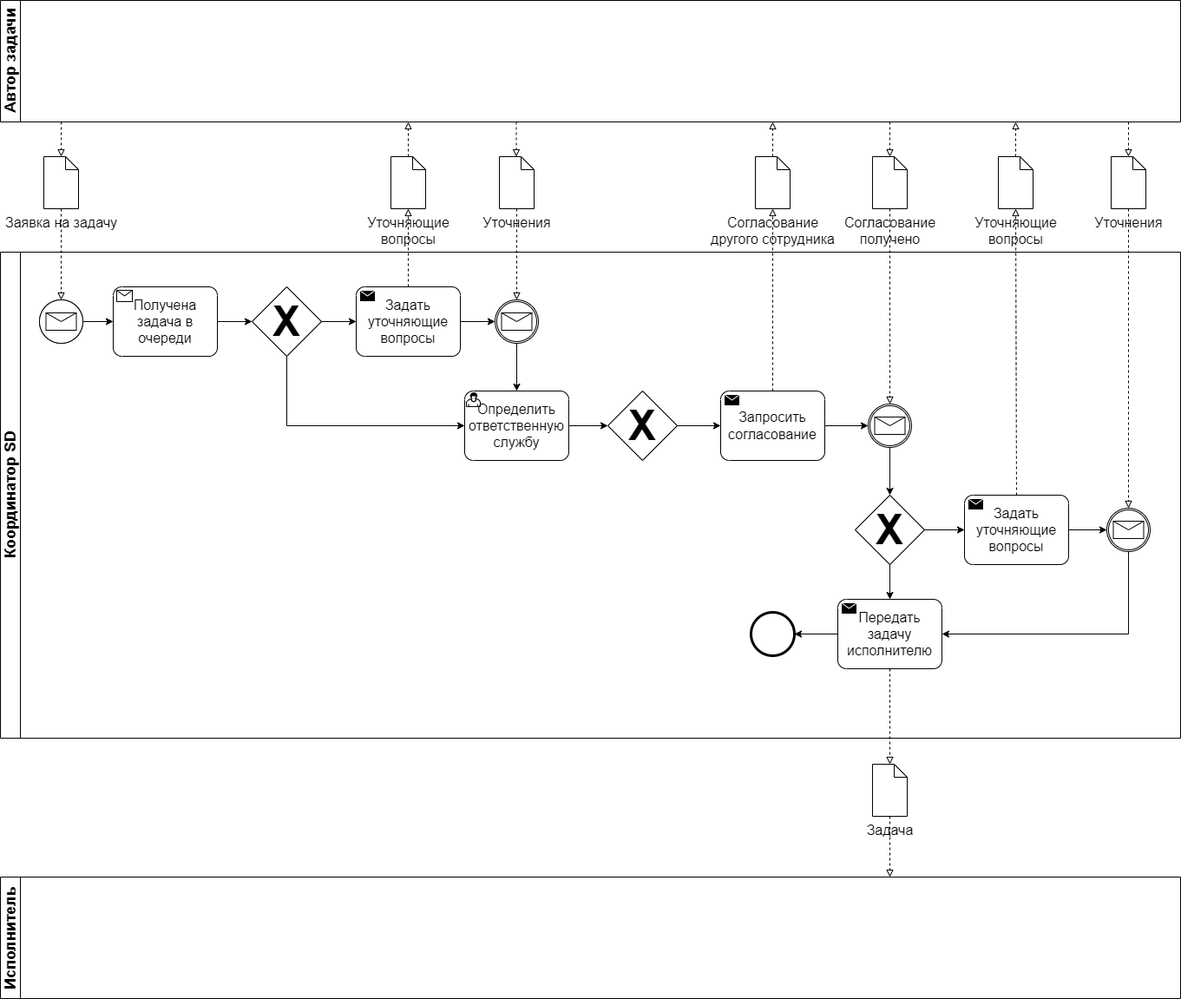
This is Бизнес-процессы/БПЖира.png from KolodyaVras/HSE_Diploma, a draw.io export, as it was before one commit. Source tidied: cells renumbered, new cells last; positions are measured from the earlier drawing's top-left corner, leaving out a move shared by most shapes.
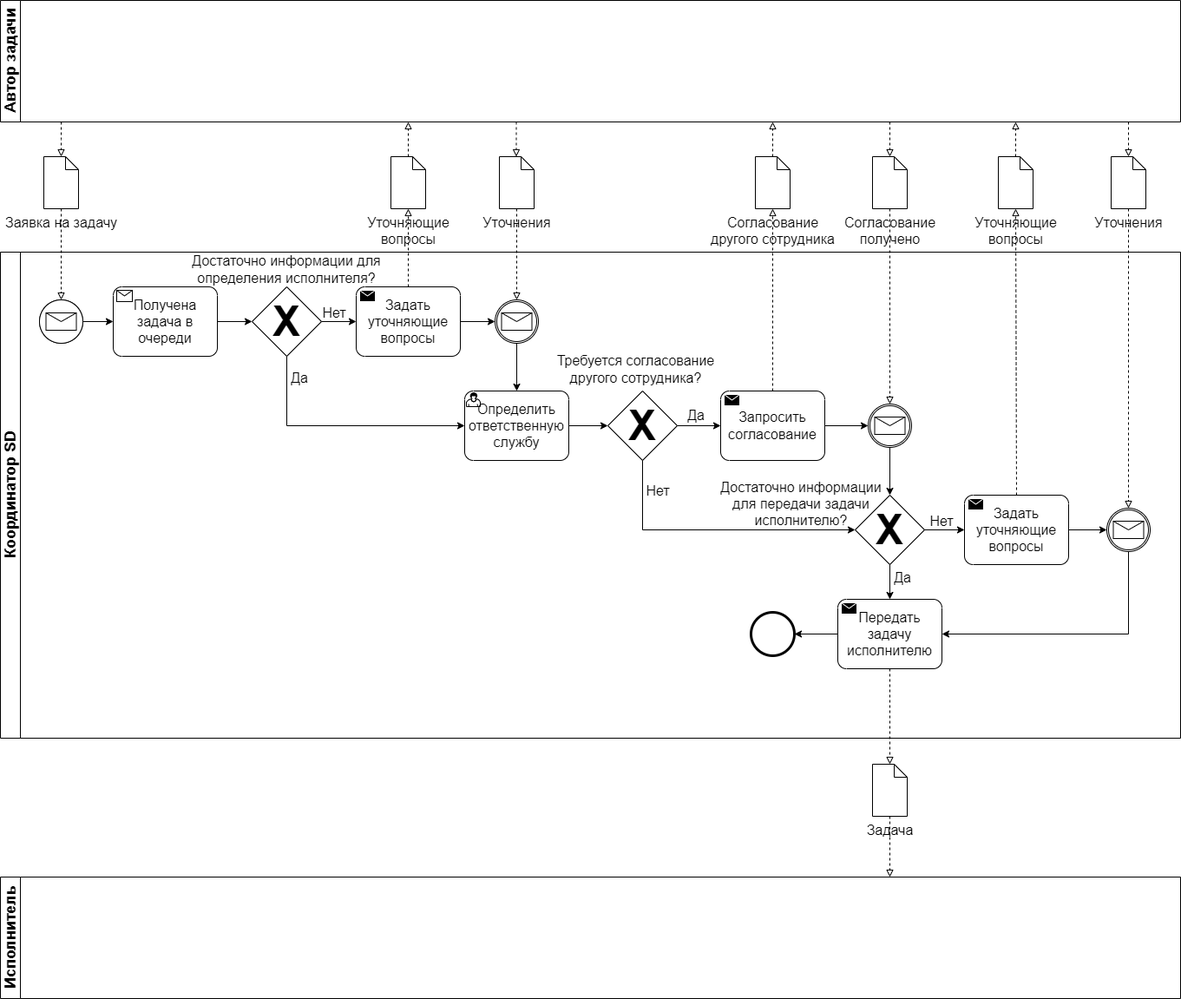
After the change.

Commit message:
Edited picture of Jira BP and added a class diagram

What changed in the source:
```diff
@@ -103,6 +103,40 @@
     <mxCell id="32" style="shape=mxgraph.bpmn.event;html=1;verticalLabelPosition=bottom;labelBackgroundColor=#ffffff;verticalAlign=top;align=center;perimeter=ellipsePerimeter;outline=standard;symbol=message;" parent="2" vertex="1">
       <mxGeometry x="45" y="55" width="50" height="50" as="geometry" />
     </mxCell>
+    <mxCell id="59" value="&lt;font size=&quot;3&quot;&gt;Достаточно информации для определения исполнителя?&lt;/font&gt;" style="text;html=1;align=center;verticalAlign=middle;whiteSpace=wrap;rounded=0;" parent="2" vertex="1">
+      <mxGeometry x="195" y="5" width="270" height="30" as="geometry" />
+    </mxCell>
+    <mxCell id="60" value="&lt;font size=&quot;3&quot;&gt;Да&lt;/font&gt;" style="text;html=1;align=center;verticalAlign=middle;whiteSpace=wrap;rounded=0;" parent="2" vertex="1">
+      <mxGeometry x="330" y="130" width="30" height="30" as="geometry" />
+    </mxCell>
+    <mxCell id="61" value="&lt;font size=&quot;3&quot;&gt;Нет&lt;/font&gt;" style="text;html=1;align=center;verticalAlign=middle;whiteSpace=wrap;rounded=0;" parent="2" vertex="1">
+      <mxGeometry x="370" y="55" width="30" height="30" as="geometry" />
+    </mxCell>
+    <mxCell id="62" value="&lt;font size=&quot;3&quot;&gt;Да&lt;/font&gt;" style="text;html=1;align=center;verticalAlign=middle;whiteSpace=wrap;rounded=0;" parent="2" vertex="1">
+      <mxGeometry x="787" y="173" width="30" height="30" as="geometry" />
+    </mxCell>
+    <mxCell id="63" value="&lt;font size=&quot;3&quot;&gt;Требуется согласование другого сотрудника?&lt;/font&gt;" style="text;html=1;align=center;verticalAlign=middle;whiteSpace=wrap;rounded=0;" parent="2" vertex="1">
+      <mxGeometry x="620" y="120" width="225" height="30" as="geometry" />
+    </mxCell>
+    <mxCell id="64" style="endArrow=classic;html=1;rounded=0;exitX=0.5;exitY=1;exitDx=0;exitDy=0;entryX=0;entryY=0.5;entryDx=0;entryDy=0;" parent="2" edge="1" source="9" target="12">
+      <mxGeometry relative="1" as="geometry">
+        <Array as="points">
+          <mxPoint x="740" y="320" />
+        </Array>
+      </mxGeometry>
+    </mxCell>
+    <mxCell id="65" value="&lt;font size=&quot;3&quot;&gt;Нет&lt;/font&gt;" style="text;html=1;align=center;verticalAlign=middle;whiteSpace=wrap;rounded=0;" parent="2" vertex="1">
+      <mxGeometry x="743" y="260" width="30" height="30" as="geometry" />
+    </mxCell>
+    <mxCell id="66" value="&lt;font size=&quot;3&quot;&gt;Достаточно информации для передачи задачи исполнителю?&lt;/font&gt;" style="text;html=1;align=center;verticalAlign=middle;whiteSpace=wrap;rounded=0;" parent="2" vertex="1">
+      <mxGeometry x="828" y="275" width="190" height="30" as="geometry" />
+    </mxCell>
+    <mxCell id="67" value="&lt;font size=&quot;3&quot;&gt;Да&lt;/font&gt;" style="text;html=1;align=center;verticalAlign=middle;whiteSpace=wrap;rounded=0;" parent="2" vertex="1">
+      <mxGeometry x="1025" y="360" width="30" height="30" as="geometry" />
+    </mxCell>
+    <mxCell id="68" value="&lt;font size=&quot;3&quot;&gt;Нет&lt;/font&gt;" style="text;html=1;align=center;verticalAlign=middle;whiteSpace=wrap;rounded=0;" parent="2" vertex="1">
+      <mxGeometry x="1070" y="295" width="30" height="30" as="geometry" />
+    </mxCell>
     <mxCell id="33" value="&lt;span style=&quot;font-size: 18px;&quot;&gt;Исполнитель&lt;/span&gt;" style="swimlane;horizontal=0;whiteSpace=wrap;html=1;startSize=23;" parent="1" vertex="1">
       <mxGeometry y="1010" width="1360" height="140" as="geometry" />
     </mxCell>
```
